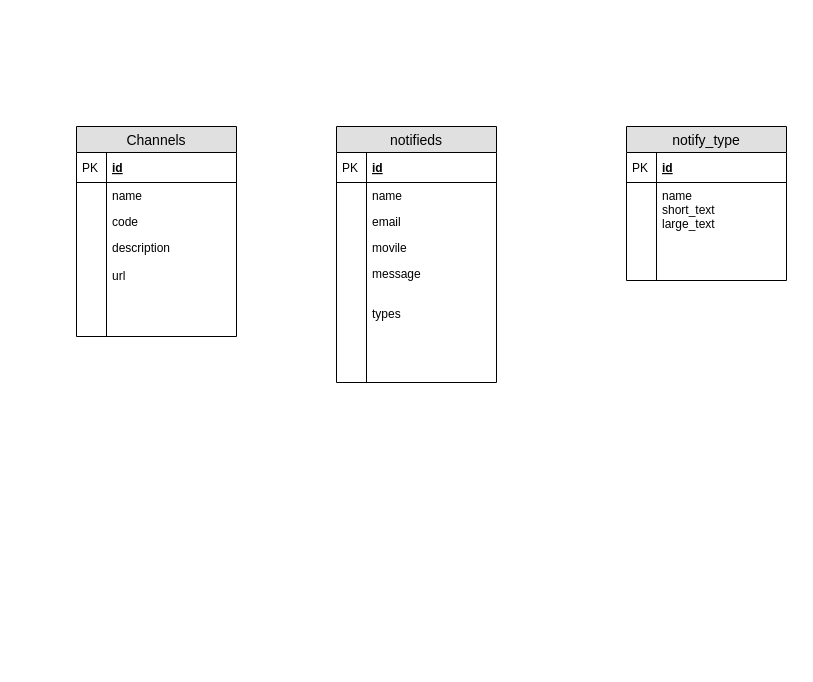
abdonor/drawings keeps this draw.io diagram as notification.drawio. Above is the earlier version. Source tidied: cells renumbered, new cells numbered last; positions are measured from the earlier drawing's top-left corner, leaving out a move shared by most shapes. Both pictures are drawn from the tidied source at 100%, with x=0, y=0 at pixel (76, 126).
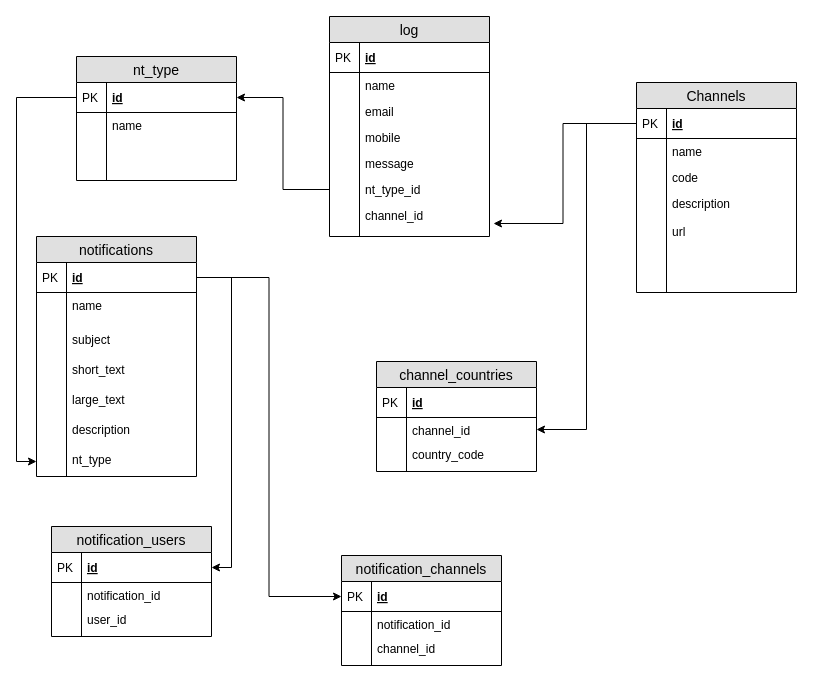
The same diagram, later.

Unchanged cells that the change refers to:
```xml
<mxCell id="3" value="id" style="shape=partialRectangle;top=0;left=0;right=0;bottom=1;align=left;verticalAlign=middle;fillColor=none;spacingLeft=34;spacingRight=4;overflow=hidden;points=[[0,0.5],[1,0.5]];portConstraint=eastwest;fontStyle=5;fontSize=12;" parent="2" vertex="1">
  <mxGeometry y="26" width="160" height="30" as="geometry" />
</mxCell>
<mxCell id="14" value="id" style="shape=partialRectangle;top=0;left=0;right=0;bottom=1;align=left;verticalAlign=middle;fillColor=none;spacingLeft=34;spacingRight=4;overflow=hidden;points=[[0,0.5],[1,0.5]];portConstraint=eastwest;fontStyle=5;fontSize=12;" parent="13" vertex="1">
  <mxGeometry y="26" width="160" height="30" as="geometry" />
</mxCell>
```

The edit, as a diff of the source:
```diff
@@
     <mxCell id="2" value="Channels" style="swimlane;fontStyle=0;horizontal=1;startSize=26;fillColor=#e0e0e0;swimlaneFillColor=#ffffff;align=center;fontSize=14;" parent="1" vertex="1">
-      <mxGeometry width="160" height="210" as="geometry" />
+      <mxGeometry x="560" y="-44" width="160" height="210" as="geometry" />
     </mxCell>
@@
-    <mxCell id="13" value="notify_type" style="swimlane;fontStyle=0;horizontal=1;startSize=26;fillColor=#e0e0e0;swimlaneFillColor=#ffffff;align=center;fontSize=14;" parent="1" vertex="1">
-      <mxGeometry x="550" width="160" height="154" as="geometry" />
+    <mxCell id="13" value="nt_type" style="swimlane;fontStyle=0;horizontal=1;startSize=26;fillColor=#e0e0e0;swimlaneFillColor=#ffffff;align=center;fontSize=14;" parent="1" vertex="1">
+      <mxGeometry y="-70" width="160" height="124" as="geometry" />
     </mxCell>
@@
-    <mxCell id="16" value="name&#10;short_text&#10;large_text&#10;&#10;" style="shape=partialRectangle;top=0;left=0;right=0;bottom=0;align=left;verticalAlign=top;fillColor=none;spacingLeft=34;spacingRight=4;overflow=hidden;fontSize=12;" parent="13" vertex="1">
-      <mxGeometry y="56" width="160" height="54" as="geometry" />
+    <mxCell id="16" value="name&#10;" style="shape=partialRectangle;top=0;left=0;right=0;bottom=0;align=left;verticalAlign=top;fillColor=none;spacingLeft=34;spacingRight=4;overflow=hidden;fontSize=12;" parent="13" vertex="1">
+      <mxGeometry y="56" width="160" height="24" as="geometry" />
     </mxCell>
     <mxCell id="17" style="shape=partialRectangle;top=0;left=0;bottom=0;fillColor=none;align=left;verticalAlign=top;spacingLeft=4;spacingRight=4;overflow=hidden;fontSize=12;" parent="16" vertex="1">
-      <mxGeometry width="30" height="54" as="geometry" />
+      <mxGeometry width="30" height="24" as="geometry" />
     </mxCell>
     <mxCell id="18" style="shape=partialRectangle;top=0;left=0;right=0;bottom=0;align=left;verticalAlign=top;fillColor=none;spacingLeft=34;spacingRight=4;overflow=hidden;fontSize=12;" parent="13" vertex="1">
-      <mxGeometry y="110" width="160" height="44" as="geometry" />
+      <mxGeometry y="80" width="160" height="44" as="geometry" />
     </mxCell>
@@
-    <mxCell id="20" value="notifieds" style="swimlane;fontStyle=0;horizontal=1;startSize=26;fillColor=#e0e0e0;swimlaneFillColor=#ffffff;align=center;fontSize=14;" parent="1" vertex="1">
-      <mxGeometry x="260" width="160" height="256" as="geometry" />
+    <mxCell id="20" value="log" style="swimlane;fontStyle=0;horizontal=1;startSize=26;fillColor=#e0e0e0;swimlaneFillColor=#ffffff;align=center;fontSize=14;" parent="1" vertex="1">
+      <mxGeometry x="253" y="-110" width="160" height="220" as="geometry" />
     </mxCell>
@@
-    <mxCell id="27" value="movile" style="shape=partialRectangle;top=0;left=0;right=0;bottom=0;align=left;verticalAlign=top;fillColor=none;spacingLeft=34;spacingRight=4;overflow=hidden;fontSize=12;" parent="20" vertex="1">
+    <mxCell id="27" value="mobile" style="shape=partialRectangle;top=0;left=0;right=0;bottom=0;align=left;verticalAlign=top;fillColor=none;spacingLeft=34;spacingRight=4;overflow=hidden;fontSize=12;" parent="20" vertex="1">
       <mxGeometry y="108" width="160" height="26" as="geometry" />
     </mxCell>
@@
     <mxCell id="29" value="message" style="shape=partialRectangle;top=0;left=0;right=0;bottom=0;align=left;verticalAlign=top;fillColor=none;spacingLeft=34;spacingRight=4;overflow=hidden;fontSize=12;" parent="20" vertex="1">
-      <mxGeometry y="134" width="160" height="40" as="geometry" />
+      <mxGeometry y="134" width="160" height="26" as="geometry" />
     </mxCell>
     <mxCell id="30" style="shape=partialRectangle;top=0;left=0;bottom=0;fillColor=none;align=left;verticalAlign=top;spacingLeft=4;spacingRight=4;overflow=hidden;fontSize=12;" parent="29" vertex="1">
-      <mxGeometry width="30" height="40" as="geometry" />
+      <mxGeometry width="30" height="26" as="geometry" />
     </mxCell>
-    <mxCell id="31" value="types&#10;" style="shape=partialRectangle;top=0;left=0;right=0;bottom=0;align=left;verticalAlign=top;fillColor=none;spacingLeft=34;spacingRight=4;overflow=hidden;points=[[0,0.5],[1,0.5]];portConstraint=eastwest;fontSize=12;" parent="20" vertex="1">
-      <mxGeometry y="174" width="160" height="26" as="geometry" />
+    <mxCell id="31" value="nt_type_id&#10;" style="shape=partialRectangle;top=0;left=0;right=0;bottom=0;align=left;verticalAlign=top;fillColor=none;spacingLeft=34;spacingRight=4;overflow=hidden;points=[[0,0.5],[1,0.5]];portConstraint=eastwest;fontSize=12;" parent="20" vertex="1">
+      <mxGeometry y="160" width="160" height="26" as="geometry" />
     </mxCell>
@@
+    <mxCell id="35" value="channel_id&#10;" style="shape=partialRectangle;top=0;left=0;right=0;bottom=0;align=left;verticalAlign=top;fillColor=none;spacingLeft=34;spacingRight=4;overflow=hidden;points=[[0,0.5],[1,0.5]];portConstraint=eastwest;fontSize=12;" parent="20" vertex="1">
+      <mxGeometry y="186" width="160" height="26" as="geometry" />
+    </mxCell>
+    <mxCell id="36" style="shape=partialRectangle;top=0;left=0;bottom=0;fillColor=none;align=left;verticalAlign=top;spacingLeft=4;spacingRight=4;overflow=hidden;fontSize=12;" parent="35" vertex="1">
+      <mxGeometry width="30" height="26" as="geometry" />
+    </mxCell>
     <mxCell id="33" style="shape=partialRectangle;top=0;left=0;right=0;bottom=0;align=left;verticalAlign=top;fillColor=none;spacingLeft=34;spacingRight=4;overflow=hidden;fontSize=12;" parent="20" vertex="1">
-      <mxGeometry y="200" width="160" height="56" as="geometry" />
+      <mxGeometry y="212" width="160" height="8" as="geometry" />
     </mxCell>
     <mxCell id="34" style="shape=partialRectangle;top=0;left=0;bottom=0;fillColor=none;align=left;verticalAlign=top;spacingLeft=4;spacingRight=4;overflow=hidden;fontSize=12;" parent="33" vertex="1">
-      <mxGeometry width="30" height="56" as="geometry" />
+      <mxGeometry width="30" height="8" as="geometry" />
     </mxCell>
+    <mxCell id="37" value="notifications" style="swimlane;fontStyle=0;horizontal=1;startSize=26;fillColor=#e0e0e0;swimlaneFillColor=#ffffff;align=center;fontSize=14;" parent="1" vertex="1">
+      <mxGeometry x="-40" y="110" width="160" height="240" as="geometry" />
+    </mxCell>
+    <mxCell id="38" value="id" style="shape=partialRectangle;top=0;left=0;right=0;bottom=1;align=left;verticalAlign=middle;fillColor=none;spacingLeft=34;spacingRight=4;overflow=hidden;points=[[0,0.5],[1,0.5]];portConstraint=eastwest;fontStyle=5;fontSize=12;" parent="37" vertex="1">
+      <mxGeometry y="26" width="160" height="30" as="geometry" />
+    </mxCell>
+    <mxCell id="39" value="PK" style="shape=partialRectangle;top=0;left=0;bottom=0;fillColor=none;align=left;verticalAlign=middle;spacingLeft=4;spacingRight=4;overflow=hidden;fontSize=12;" parent="38" vertex="1">
+      <mxGeometry width="30" height="30" as="geometry" />
+    </mxCell>
+    <mxCell id="40" value="name&#10;" style="shape=partialRectangle;top=0;left=0;right=0;bottom=0;align=left;verticalAlign=top;fillColor=none;spacingLeft=34;spacingRight=4;overflow=hidden;fontSize=12;" parent="37" vertex="1">
+      <mxGeometry y="56" width="160" height="24" as="geometry" />
+    </mxCell>
+    <mxCell id="41" style="shape=partialRectangle;top=0;left=0;bottom=0;fillColor=none;align=left;verticalAlign=top;spacingLeft=4;spacingRight=4;overflow=hidden;fontSize=12;" parent="40" vertex="1">
+      <mxGeometry width="30" height="24" as="geometry" />
+    </mxCell>
+    <mxCell id="42" style="shape=partialRectangle;top=0;left=0;right=0;bottom=0;align=left;verticalAlign=top;fillColor=none;spacingLeft=34;spacingRight=4;overflow=hidden;fontSize=12;" parent="37" vertex="1">
+      <mxGeometry y="80" width="160" height="10" as="geometry" />
+    </mxCell>
+    <mxCell id="43" style="shape=partialRectangle;top=0;left=0;bottom=0;fillColor=none;align=left;verticalAlign=top;spacingLeft=4;spacingRight=4;overflow=hidden;fontSize=12;" parent="42" vertex="1">
+      <mxGeometry width="30" height="10" as="geometry" />
+    </mxCell>
+    <mxCell id="44" value="subject&#10;" style="shape=partialRectangle;top=0;left=0;right=0;bottom=0;align=left;verticalAlign=top;fillColor=none;spacingLeft=34;spacingRight=4;overflow=hidden;fontSize=12;" parent="37" vertex="1">
+      <mxGeometry y="90" width="160" height="30" as="geometry" />
+    </mxCell>
+    <mxCell id="45" style="shape=partialRectangle;top=0;left=0;bottom=0;fillColor=none;align=left;verticalAlign=top;spacingLeft=4;spacingRight=4;overflow=hidden;fontSize=12;" parent="44" vertex="1">
+      <mxGeometry width="30" height="30" as="geometry" />
+    </mxCell>
+    <mxCell id="46" value="short_text&#10;" style="shape=partialRectangle;top=0;left=0;right=0;bottom=0;align=left;verticalAlign=top;fillColor=none;spacingLeft=34;spacingRight=4;overflow=hidden;fontSize=12;" parent="37" vertex="1">
+      <mxGeometry y="120" width="160" height="30" as="geometry" />
+    </mxCell>
+    <mxCell id="47" style="shape=partialRectangle;top=0;left=0;bottom=0;fillColor=none;align=left;verticalAlign=top;spacingLeft=4;spacingRight=4;overflow=hidden;fontSize=12;" parent="46" vertex="1">
+      <mxGeometry width="30" height="30" as="geometry" />
+    </mxCell>
+    <mxCell id="48" value="large_text&#10;" style="shape=partialRectangle;top=0;left=0;right=0;bottom=0;align=left;verticalAlign=top;fillColor=none;spacingLeft=34;spacingRight=4;overflow=hidden;fontSize=12;" parent="37" vertex="1">
+      <mxGeometry y="150" width="160" height="30" as="geometry" />
+    </mxCell>
+    <mxCell id="49" style="shape=partialRectangle;top=0;left=0;bottom=0;fillColor=none;align=left;verticalAlign=top;spacingLeft=4;spacingRight=4;overflow=hidden;fontSize=12;" parent="48" vertex="1">
+      <mxGeometry width="30" height="30" as="geometry" />
+    </mxCell>
+    <mxCell id="50" value="description&#10;" style="shape=partialRectangle;top=0;left=0;right=0;bottom=0;align=left;verticalAlign=top;fillColor=none;spacingLeft=34;spacingRight=4;overflow=hidden;fontSize=12;" parent="37" vertex="1">
+      <mxGeometry y="180" width="160" height="30" as="geometry" />
+    </mxCell>
+    <mxCell id="51" style="shape=partialRectangle;top=0;left=0;bottom=0;fillColor=none;align=left;verticalAlign=top;spacingLeft=4;spacingRight=4;overflow=hidden;fontSize=12;" parent="50" vertex="1">
+      <mxGeometry width="30" height="30" as="geometry" />
+    </mxCell>
+    <mxCell id="52" value="nt_type&#10;" style="shape=partialRectangle;top=0;left=0;right=0;bottom=0;align=left;verticalAlign=top;fillColor=none;spacingLeft=34;spacingRight=4;overflow=hidden;points=[[0,0.5],[1,0.5]];portConstraint=eastwest;fontSize=12;" parent="37" vertex="1">
+      <mxGeometry y="210" width="160" height="30" as="geometry" />
+    </mxCell>
+    <mxCell id="53" style="shape=partialRectangle;top=0;left=0;bottom=0;fillColor=none;align=left;verticalAlign=top;spacingLeft=4;spacingRight=4;overflow=hidden;fontSize=12;" parent="52" vertex="1">
+      <mxGeometry width="30" height="30" as="geometry" />
+    </mxCell>
+    <mxCell id="54" value="channel_countries" style="swimlane;fontStyle=0;horizontal=1;startSize=26;fillColor=#e0e0e0;swimlaneFillColor=#ffffff;align=center;fontSize=14;" parent="1" vertex="1">
+      <mxGeometry x="300" y="235" width="160" height="110" as="geometry" />
+    </mxCell>
+    <mxCell id="55" value="id" style="shape=partialRectangle;top=0;left=0;right=0;bottom=1;align=left;verticalAlign=middle;fillColor=none;spacingLeft=34;spacingRight=4;overflow=hidden;fontStyle=5;fontSize=12;" parent="54" vertex="1">
+      <mxGeometry y="26" width="160" height="30" as="geometry" />
+    </mxCell>
+    <mxCell id="56" value="PK" style="shape=partialRectangle;top=0;left=0;bottom=0;fillColor=none;align=left;verticalAlign=middle;spacingLeft=4;spacingRight=4;overflow=hidden;fontSize=12;" parent="55" vertex="1">
+      <mxGeometry width="30" height="30" as="geometry" />
+    </mxCell>
+    <mxCell id="57" value="channel_id&#10;" style="shape=partialRectangle;top=0;left=0;right=0;bottom=0;align=left;verticalAlign=top;fillColor=none;spacingLeft=34;spacingRight=4;overflow=hidden;points=[[0,0.5],[1,0.5]];portConstraint=eastwest;fontSize=12;" parent="54" vertex="1">
+      <mxGeometry y="56" width="160" height="24" as="geometry" />
+    </mxCell>
+    <mxCell id="58" style="shape=partialRectangle;top=0;left=0;bottom=0;fillColor=none;align=left;verticalAlign=top;spacingLeft=4;spacingRight=4;overflow=hidden;fontSize=12;" parent="57" vertex="1">
+      <mxGeometry width="30" height="24" as="geometry" />
+    </mxCell>
+    <mxCell id="59" value="country_code" style="shape=partialRectangle;top=0;left=0;right=0;bottom=0;align=left;verticalAlign=top;fillColor=none;spacingLeft=34;spacingRight=4;overflow=hidden;fontSize=12;" parent="54" vertex="1">
+      <mxGeometry y="80" width="160" height="30" as="geometry" />
+    </mxCell>
+    <mxCell id="60" style="shape=partialRectangle;top=0;left=0;bottom=0;fillColor=none;align=left;verticalAlign=top;spacingLeft=4;spacingRight=4;overflow=hidden;fontSize=12;" parent="59" vertex="1">
+      <mxGeometry width="30" height="30" as="geometry" />
+    </mxCell>
+    <mxCell id="61" value="notification_channels" style="swimlane;fontStyle=0;horizontal=1;startSize=26;fillColor=#e0e0e0;swimlaneFillColor=#ffffff;align=center;fontSize=14;" parent="1" vertex="1">
+      <mxGeometry x="265" y="429" width="160" height="110" as="geometry" />
+    </mxCell>
+    <mxCell id="62" value="id" style="shape=partialRectangle;top=0;left=0;right=0;bottom=1;align=left;verticalAlign=middle;fillColor=none;spacingLeft=34;spacingRight=4;overflow=hidden;points=[[0,0.5],[1,0.5]];portConstraint=eastwest;fontStyle=5;fontSize=12;" parent="61" vertex="1">
+      <mxGeometry y="26" width="160" height="30" as="geometry" />
+    </mxCell>
+    <mxCell id="63" value="PK" style="shape=partialRectangle;top=0;left=0;bottom=0;fillColor=none;align=left;verticalAlign=middle;spacingLeft=4;spacingRight=4;overflow=hidden;fontSize=12;" parent="62" vertex="1">
+      <mxGeometry width="30" height="30" as="geometry" />
+    </mxCell>
+    <mxCell id="64" value="notification_id&#10;" style="shape=partialRectangle;top=0;left=0;right=0;bottom=0;align=left;verticalAlign=top;fillColor=none;spacingLeft=34;spacingRight=4;overflow=hidden;fontSize=12;" parent="61" vertex="1">
+      <mxGeometry y="56" width="160" height="24" as="geometry" />
+    </mxCell>
+    <mxCell id="65" style="shape=partialRectangle;top=0;left=0;bottom=0;fillColor=none;align=left;verticalAlign=top;spacingLeft=4;spacingRight=4;overflow=hidden;fontSize=12;" parent="64" vertex="1">
+      <mxGeometry width="30" height="24" as="geometry" />
+    </mxCell>
+    <mxCell id="66" value="channel_id" style="shape=partialRectangle;top=0;left=0;right=0;bottom=0;align=left;verticalAlign=top;fillColor=none;spacingLeft=34;spacingRight=4;overflow=hidden;fontSize=12;" parent="61" vertex="1">
+      <mxGeometry y="80" width="160" height="30" as="geometry" />
+    </mxCell>
+    <mxCell id="67" style="shape=partialRectangle;top=0;left=0;bottom=0;fillColor=none;align=left;verticalAlign=top;spacingLeft=4;spacingRight=4;overflow=hidden;fontSize=12;" parent="66" vertex="1">
+      <mxGeometry width="30" height="30" as="geometry" />
+    </mxCell>
+    <mxCell id="68" value="notification_users" style="swimlane;fontStyle=0;horizontal=1;startSize=26;fillColor=#e0e0e0;swimlaneFillColor=#ffffff;align=center;fontSize=14;" parent="1" vertex="1">
+      <mxGeometry x="-25" y="400" width="160" height="110" as="geometry" />
+    </mxCell>
+    <mxCell id="69" value="id" style="shape=partialRectangle;top=0;left=0;right=0;bottom=1;align=left;verticalAlign=middle;fillColor=none;spacingLeft=34;spacingRight=4;overflow=hidden;points=[[0,0.5],[1,0.5]];portConstraint=eastwest;fontStyle=5;fontSize=12;" parent="68" vertex="1">
+      <mxGeometry y="26" width="160" height="30" as="geometry" />
+    </mxCell>
+    <mxCell id="70" value="PK" style="shape=partialRectangle;top=0;left=0;bottom=0;fillColor=none;align=left;verticalAlign=middle;spacingLeft=4;spacingRight=4;overflow=hidden;fontSize=12;" parent="69" vertex="1">
+      <mxGeometry width="30" height="30" as="geometry" />
+    </mxCell>
+    <mxCell id="71" value="notification_id&#10;" style="shape=partialRectangle;top=0;left=0;right=0;bottom=0;align=left;verticalAlign=top;fillColor=none;spacingLeft=34;spacingRight=4;overflow=hidden;fontSize=12;" parent="68" vertex="1">
+      <mxGeometry y="56" width="160" height="24" as="geometry" />
+    </mxCell>
+    <mxCell id="72" style="shape=partialRectangle;top=0;left=0;bottom=0;fillColor=none;align=left;verticalAlign=top;spacingLeft=4;spacingRight=4;overflow=hidden;fontSize=12;" parent="71" vertex="1">
+      <mxGeometry width="30" height="24" as="geometry" />
+    </mxCell>
+    <mxCell id="73" value="user_id" style="shape=partialRectangle;top=0;left=0;right=0;bottom=0;align=left;verticalAlign=top;fillColor=none;spacingLeft=34;spacingRight=4;overflow=hidden;fontSize=12;" parent="68" vertex="1">
+      <mxGeometry y="80" width="160" height="30" as="geometry" />
+    </mxCell>
+    <mxCell id="74" style="shape=partialRectangle;top=0;left=0;bottom=0;fillColor=none;align=left;verticalAlign=top;spacingLeft=4;spacingRight=4;overflow=hidden;fontSize=12;" parent="73" vertex="1">
+      <mxGeometry width="30" height="30" as="geometry" />
+    </mxCell>
+    <mxCell id="75" style="edgeStyle=orthogonalEdgeStyle;rounded=0;jettySize=auto;html=1;exitX=0;exitY=0.5;exitDx=0;exitDy=0;entryX=0;entryY=0.5;entryDx=0;entryDy=0;" parent="1" edge="1" source="14" target="52">
+      <mxGeometry relative="1" as="geometry" />
+    </mxCell>
+    <mxCell id="76" style="edgeStyle=orthogonalEdgeStyle;rounded=0;jettySize=auto;html=1;entryX=1.025;entryY=0.808;entryDx=0;entryDy=0;entryPerimeter=0;" parent="1" edge="1" source="3" target="35">
+      <mxGeometry relative="1" as="geometry" />
+    </mxCell>
+    <mxCell id="77" style="edgeStyle=orthogonalEdgeStyle;rounded=0;jettySize=auto;html=1;exitX=0;exitY=0.5;exitDx=0;exitDy=0;" parent="1" edge="1" source="31" target="14">
+      <mxGeometry relative="1" as="geometry" />
+    </mxCell>
+    <mxCell id="78" style="edgeStyle=orthogonalEdgeStyle;rounded=0;jettySize=auto;html=1;exitX=0;exitY=0.5;exitDx=0;exitDy=0;entryX=1;entryY=0.5;entryDx=0;entryDy=0;" parent="1" edge="1" source="3" target="57">
+      <mxGeometry relative="1" as="geometry" />
+    </mxCell>
+    <mxCell id="79" style="edgeStyle=orthogonalEdgeStyle;rounded=0;jettySize=auto;html=1;entryX=1;entryY=0.5;entryDx=0;entryDy=0;" parent="1" edge="1" source="38" target="69">
+      <mxGeometry relative="1" as="geometry" />
+    </mxCell>
+    <mxCell id="80" style="edgeStyle=orthogonalEdgeStyle;rounded=0;jettySize=auto;html=1;exitX=1;exitY=0.5;exitDx=0;exitDy=0;entryX=0;entryY=0.5;entryDx=0;entryDy=0;" parent="1" edge="1" source="38" target="62">
+      <mxGeometry relative="1" as="geometry" />
+    </mxCell>
```
